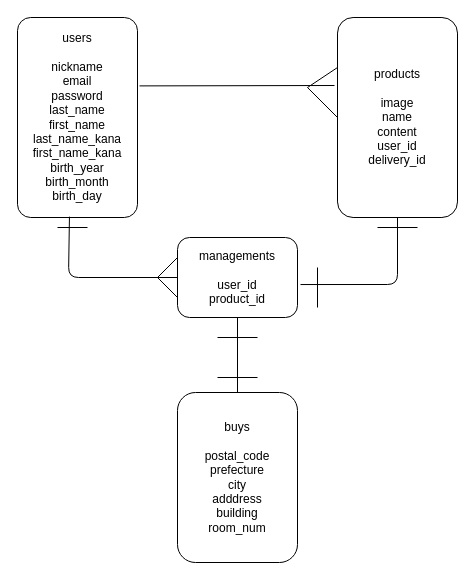
This is furima.drawio from konoha1230/furima-32358, a draw.io file, before an edit. Source tidied: cells renumbered, new cells numbered last; positions are measured from the earlier drawing's top-left corner, leaving out a move shared by most shapes. Both pictures are drawn from the tidied source at 100%, with x=0, y=0 at pixel (17, 17).
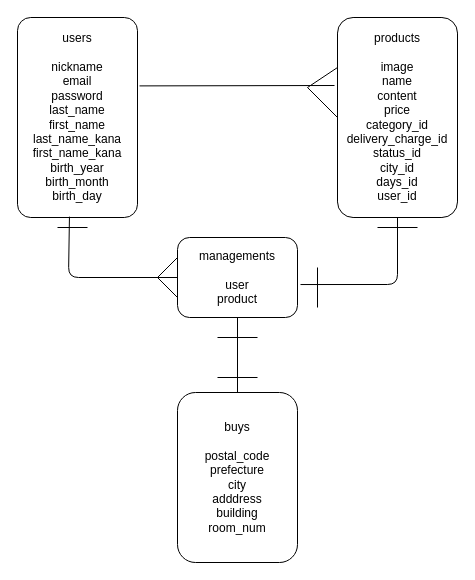
Above is the later version.

Commit message (it also covers changes not shown here):
ER図とREADMEの２度目の修正

What changed in the source:
```diff
@@
-    <mxCell id="3" value="products&lt;br&gt;&lt;br&gt;image&lt;br&gt;name&lt;br&gt;content&lt;br&gt;user_id&lt;br&gt;delivery_id" style="rounded=1;whiteSpace=wrap;html=1;arcSize=13;align=center;" parent="1" vertex="1">
+    <mxCell id="3" value="products&lt;br&gt;&lt;br&gt;image&lt;br&gt;name&lt;br&gt;content&lt;br&gt;price&lt;br&gt;category_id&lt;br&gt;delivery_charge_id&lt;br&gt;status_id&lt;br&gt;city_id&lt;br&gt;days_id&lt;br&gt;user_id&lt;br&gt;" style="rounded=1;whiteSpace=wrap;html=1;arcSize=13;align=center;" parent="1" vertex="1">
       <mxGeometry x="320" width="120" height="200" as="geometry" />
     </mxCell>
@@
-    <mxCell id="10" value="managements&lt;br&gt;&lt;br&gt;user_id&lt;br&gt;product_id" style="rounded=1;whiteSpace=wrap;html=1;align=center;" parent="1" vertex="1">
+    <mxCell id="10" value="managements&lt;br&gt;&lt;br&gt;user&lt;br&gt;product" style="rounded=1;whiteSpace=wrap;html=1;align=center;" parent="1" vertex="1">
       <mxGeometry x="160" y="220" width="120" height="80" as="geometry" />
     </mxCell>
```
